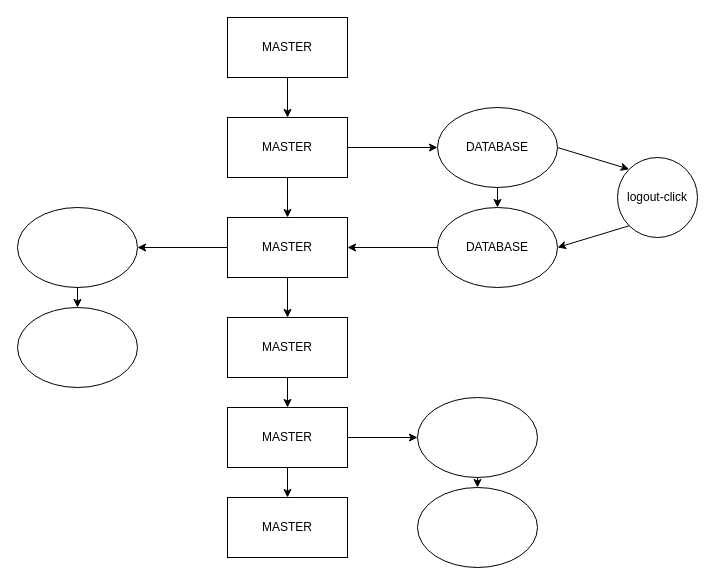
Before: INFORMATION/branches.drawio in Man1exter/MAIG-WAREHOUSE, a draw.io diagram. Source tidied: cells renumbered, new cells numbered last; positions are measured from the earlier drawing's top-left corner, leaving out a move shared by most shapes. Both pictures are drawn from the tidied source at 100%, with x=0, y=0 at pixel (17, 17).
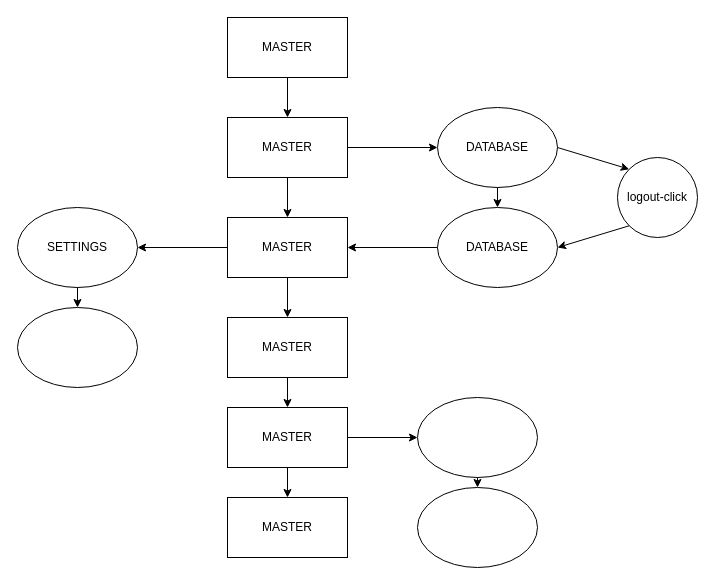
The same page after the edit.

Change to the diagram source:
```diff
@@
-    <mxCell id="17" style="ellipse;whiteSpace=wrap;html=1;" parent="1" vertex="1">
+    <mxCell id="17" value="SETTINGS" style="ellipse;whiteSpace=wrap;html=1;" parent="1" vertex="1">
       <mxGeometry y="190" width="120" height="80" as="geometry" />
     </mxCell>
```
